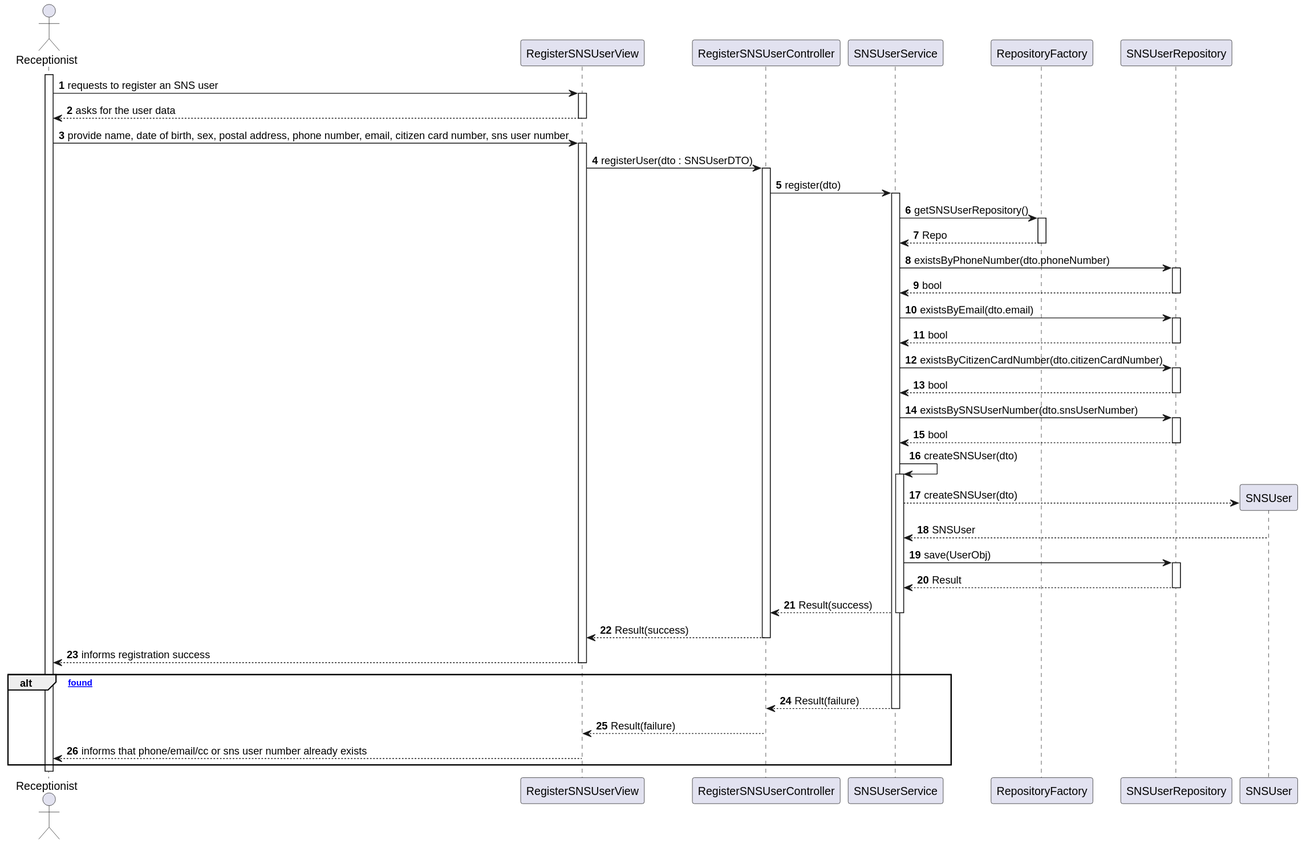
This is docs/system-documentation/US20/svg/US20-SD.svg from Parafita123/leti-esoft-25-26-B1, a PlantUML export, as it was before one commit.
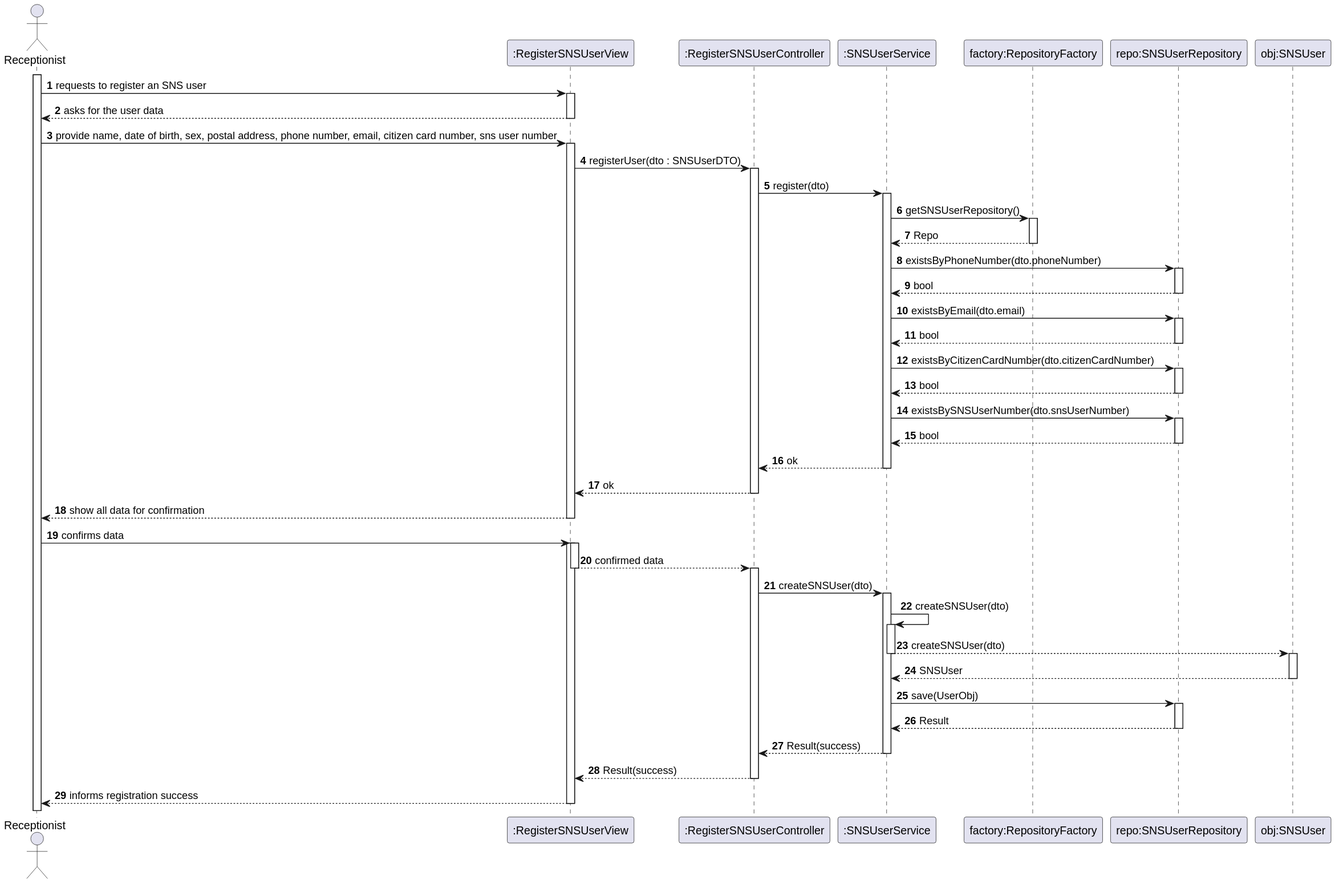
The same diagram one commit later.

Commit message:
Atualização diagramas us20

What changed in the source:
```diff
@@ -2,23 +2,22 @@
 autoactivate on
 autonumber
 
-actor Receptionist as Receptionist
+actor "Receptionist" as Receptionist
+participant ":RegisterSNSUserView" as View
+participant ":RegisterSNSUserController" as Ctrl
+participant ":SNSUserService" as Service
+participant "factory:RepositoryFactory" as Factory
+participant "repo:SNSUserRepository" as Repo
+participant "obj:SNSUser" as UserObj
+
 activate Receptionist
-
-
-participant RegisterSNSUserView as View
-participant RegisterSNSUserController as Controller
-participant SNSUserService as Service
-participant RepositoryFactory as Factory
-participant SNSUserRepository as Repo
-participant SNSUser as UserObj
 
 Receptionist -> View: requests to register an SNS user
 View --> Receptionist: asks for the user data
 Receptionist -> View: provide name, date of birth, sex, postal address, phone number, email, citizen card number, sns user number
 
-View -> Controller: registerUser(dto : SNSUserDTO)
-Controller -> Service: register(dto)
+View -> Ctrl: registerUser(dto : SNSUserDTO)
+Ctrl -> Service: register(dto)
 Service -> Factory: getSNSUserRepository()
 Factory --> Service: Repo
 
@@ -30,19 +29,22 @@
 Repo --> Service: bool
 Service -> Repo: existsBySNSUserNumber(dto.snsUserNumber)
 Repo --> Service: bool
+Service --> Ctrl: ok
 
+Ctrl --> View: ok
+View --> Receptionist: show all data for confirmation
+Receptionist -> View: confirms data
+activate View
+View --> Ctrl: confirmed data
+activate Ctrl
+Ctrl -> Service: createSNSUser(dto)
 Service -> Service: createSNSUser(dto)
-Service --> UserObj**: createSNSUser(dto)
+Service --> UserObj: createSNSUser(dto)
+activate UserObj
 UserObj --> Service: SNSUser
 Service -> Repo: save(UserObj)
 Repo --> Service: Result
-Service --> Controller: Result(success)
-Controller --> View: Result(success)
+Service --> Ctrl: Result(success)
+Ctrl --> View: Result(success)
 View --> Receptionist: informs registration success
-
-alt [duplicate found]
-    Service --> Controller: Result(failure)
-    Controller --> View: Result(failure)
-    View --> Receptionist: informs that phone/email/cc or sns user number already exists
-end
 @enduml
```
